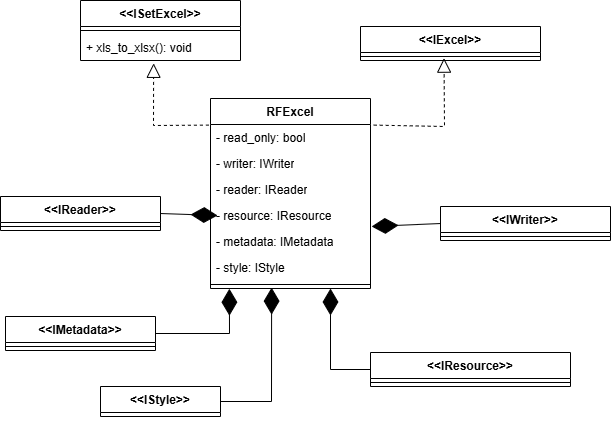
The draw.io diagram images/Core.png in boumasim/RFExcel, before a commit. Source tidied: cells renumbered, new cells last; positions are measured from the earlier drawing's top-left corner, leaving out a move shared by most shapes.
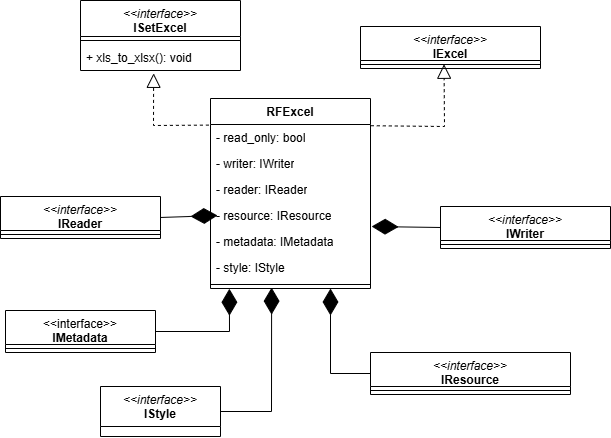
After the commit.

The edit, as a diff of the source:
```diff
@@ -2,20 +2,20 @@
   <root>
     <mxCell id="0" />
     <mxCell id="1" parent="0" />
-    <mxCell id="2" value="&amp;lt;&amp;lt;ISetExcel&amp;gt;&amp;gt;" style="swimlane;fontStyle=1;align=center;verticalAlign=top;horizontal=1;startSize=26;whiteSpace=wrap;html=1;" parent="1" vertex="1">
-      <mxGeometry x="80" width="160" height="60" as="geometry" />
+    <mxCell id="2" value="&lt;div&gt;&lt;span style=&quot;font-weight: normal;&quot;&gt;&lt;i&gt;&amp;lt;&amp;lt;interface&amp;gt;&amp;gt;&lt;/i&gt;&lt;/span&gt;&lt;/div&gt;ISetExcel" style="swimlane;fontStyle=1;align=center;verticalAlign=top;horizontal=1;startSize=36;whiteSpace=wrap;html=1;" parent="1" vertex="1">
+      <mxGeometry x="80" width="160" height="70" as="geometry" />
     </mxCell>
     <mxCell id="3" style="line;strokeWidth=1;fillColor=none;align=left;verticalAlign=middle;spacingTop=-1;spacingLeft=3;spacingRight=3;labelPosition=right;strokeColor=inherit;" parent="2" vertex="1">
-      <mxGeometry y="26" width="160" height="8" as="geometry" />
+      <mxGeometry y="36" width="160" height="8" as="geometry" />
     </mxCell>
     <mxCell id="4" value="+ xls_to_xlsx(): void" style="text;strokeColor=none;fillColor=none;align=left;verticalAlign=top;spacingLeft=4;spacingRight=4;overflow=hidden;points=[[0,0.5],[1,0.5]];portConstraint=eastwest;whiteSpace=wrap;html=1;" parent="2" vertex="1">
-      <mxGeometry y="34" width="160" height="26" as="geometry" />
+      <mxGeometry y="44" width="160" height="26" as="geometry" />
     </mxCell>
-    <mxCell id="5" value="&amp;lt;&amp;lt;IExcel&amp;gt;&amp;gt;" style="swimlane;fontStyle=1;align=center;verticalAlign=top;horizontal=1;startSize=26;whiteSpace=wrap;html=1;" parent="1" vertex="1">
-      <mxGeometry x="360" y="26" width="180" height="34" as="geometry" />
+    <mxCell id="5" value="&lt;span style=&quot;font-weight: normal;&quot;&gt;&lt;i&gt;&amp;lt;&amp;lt;interface&amp;gt;&amp;gt;&lt;/i&gt;&lt;/span&gt;&lt;div&gt;IExcel&lt;/div&gt;" style="swimlane;fontStyle=1;align=center;verticalAlign=top;horizontal=1;startSize=34;whiteSpace=wrap;html=1;" parent="1" vertex="1">
+      <mxGeometry x="360" y="26" width="180" height="42" as="geometry" />
     </mxCell>
     <mxCell id="6" style="line;strokeWidth=1;fillColor=none;align=left;verticalAlign=middle;spacingTop=-1;spacingLeft=3;spacingRight=3;labelPosition=right;points=[];portConstraint=eastwest;strokeColor=inherit;" parent="5" vertex="1">
-      <mxGeometry y="26" width="180" height="8" as="geometry" />
+      <mxGeometry y="34" width="180" height="8" as="geometry" />
     </mxCell>
     <mxCell id="7" value="RFExcel" style="swimlane;fontStyle=1;align=center;verticalAlign=top;horizontal=1;startSize=26;whiteSpace=wrap;html=1;" parent="1" vertex="1">
       <mxGeometry x="210" y="98" width="160" height="190" as="geometry" />
@@ -48,66 +48,66 @@
         </Array>
       </mxGeometry>
     </mxCell>
-    <mxCell id="16" style="endArrow=block;dashed=1;endFill=0;endSize=12;html=1;rounded=0;entryX=0.464;entryY=0.708;entryDx=0;entryDy=0;entryPerimeter=0;exitX=1.02;exitY=0.023;exitDx=0;exitDy=0;exitPerimeter=0;" parent="1" edge="1" source="8" target="6">
+    <mxCell id="16" style="endArrow=block;dashed=1;endFill=0;endSize=12;html=1;rounded=0;entryX=0.464;entryY=0.471;entryDx=0;entryDy=0;entryPerimeter=0;exitX=1.002;exitY=0.047;exitDx=0;exitDy=0;exitPerimeter=0;" parent="1" edge="1" source="8" target="6">
       <mxGeometry relative="1" as="geometry">
         <Array as="points">
           <mxPoint x="444" y="126" />
         </Array>
       </mxGeometry>
     </mxCell>
-    <mxCell id="17" value="&amp;lt;&amp;lt;IReader&amp;gt;&amp;gt;" style="swimlane;fontStyle=1;align=center;verticalAlign=top;horizontal=1;startSize=26;whiteSpace=wrap;html=1;" parent="1" vertex="1">
-      <mxGeometry y="196" width="160" height="34" as="geometry" />
+    <mxCell id="17" value="&lt;span style=&quot;font-weight: normal;&quot;&gt;&lt;i&gt;&amp;lt;&amp;lt;interface&amp;gt;&amp;gt;&lt;/i&gt;&lt;/span&gt;&lt;div&gt;IReader&lt;/div&gt;" style="swimlane;fontStyle=1;align=center;verticalAlign=top;horizontal=1;startSize=34;whiteSpace=wrap;html=1;" parent="1" vertex="1">
+      <mxGeometry y="196" width="160" height="42" as="geometry" />
     </mxCell>
     <mxCell id="18" style="line;strokeWidth=1;fillColor=none;align=left;verticalAlign=middle;spacingTop=-1;spacingLeft=3;spacingRight=3;labelPosition=right;strokeColor=inherit;" parent="17" vertex="1">
-      <mxGeometry y="26" width="160" height="8" as="geometry" />
+      <mxGeometry y="34" width="160" height="8" as="geometry" />
     </mxCell>
     <mxCell id="19" style="endArrow=diamondThin;endFill=1;endSize=24;html=1;rounded=0;exitX=1;exitY=0.5;exitDx=0;exitDy=0;exitPerimeter=0;" parent="1" edge="1" source="17">
       <mxGeometry relative="1" as="geometry">
         <mxPoint x="217" y="215" as="targetPoint" />
       </mxGeometry>
     </mxCell>
-    <mxCell id="20" value="&amp;lt;&amp;lt;IWriter&amp;gt;&amp;gt;" style="swimlane;fontStyle=1;align=center;verticalAlign=top;horizontal=1;startSize=26;whiteSpace=wrap;html=1;" parent="1" vertex="1">
-      <mxGeometry x="440" y="206" width="170" height="34" as="geometry" />
+    <mxCell id="20" value="&lt;span style=&quot;font-weight: normal;&quot;&gt;&lt;i&gt;&amp;lt;&amp;lt;interface&amp;gt;&amp;gt;&lt;/i&gt;&lt;/span&gt;&lt;div&gt;IWriter&lt;/div&gt;" style="swimlane;fontStyle=1;align=center;verticalAlign=top;horizontal=1;startSize=34;whiteSpace=wrap;html=1;" parent="1" vertex="1">
+      <mxGeometry x="440" y="206" width="170" height="42" as="geometry" />
     </mxCell>
     <mxCell id="21" style="line;strokeWidth=1;fillColor=none;align=left;verticalAlign=middle;spacingTop=-1;spacingLeft=3;spacingRight=3;labelPosition=right;strokeColor=inherit;" parent="20" vertex="1">
-      <mxGeometry y="26" width="170" height="8" as="geometry" />
+      <mxGeometry y="34" width="170" height="8" as="geometry" />
     </mxCell>
     <mxCell id="22" style="endArrow=diamondThin;endFill=1;endSize=24;html=1;rounded=0;entryX=1.007;entryY=0.923;entryDx=0;entryDy=0;exitX=0;exitY=0.5;exitDx=0;exitDy=0;entryPerimeter=0;" parent="1" edge="1" source="20" target="11">
       <mxGeometry relative="1" as="geometry" />
     </mxCell>
-    <mxCell id="23" value="&amp;lt;&amp;lt;IMetadata&amp;gt;&amp;gt;" style="swimlane;fontStyle=1;align=center;verticalAlign=top;horizontal=1;startSize=26;whiteSpace=wrap;html=1;" parent="1" vertex="1">
-      <mxGeometry x="5" y="316" width="150" height="34" as="geometry" />
+    <mxCell id="23" value="&lt;span style=&quot;font-weight: normal;&quot;&gt;&amp;lt;&amp;lt;interface&amp;gt;&amp;gt;&lt;/span&gt;&lt;div&gt;IMetadata&lt;/div&gt;" style="swimlane;fontStyle=1;align=center;verticalAlign=top;horizontal=1;startSize=34;whiteSpace=wrap;html=1;" parent="1" vertex="1">
+      <mxGeometry x="5" y="310" width="150" height="42" as="geometry" />
     </mxCell>
     <mxCell id="24" style="line;strokeWidth=1;fillColor=none;align=left;verticalAlign=middle;spacingTop=-1;spacingLeft=3;spacingRight=3;labelPosition=right;strokeColor=inherit;" parent="23" vertex="1">
-      <mxGeometry y="26" width="150" height="8" as="geometry" />
+      <mxGeometry y="34" width="150" height="8" as="geometry" />
     </mxCell>
     <mxCell id="25" style="endArrow=diamondThin;endFill=1;endSize=24;html=1;rounded=0;entryX=0.118;entryY=1.028;entryDx=0;entryDy=0;entryPerimeter=0;exitX=1;exitY=0.5;exitDx=0;exitDy=0;" parent="1" edge="1" source="23" target="14">
       <mxGeometry relative="1" as="geometry">
         <Array as="points">
-          <mxPoint x="229" y="333" />
+          <mxPoint x="229" y="331" />
         </Array>
       </mxGeometry>
     </mxCell>
-    <mxCell id="26" value="&amp;lt;&amp;lt;IStyle&amp;gt;&amp;gt;" style="swimlane;fontStyle=1;align=center;verticalAlign=top;horizontal=1;startSize=26;whiteSpace=wrap;html=1;" parent="1" vertex="1" collapsed="1">
-      <mxGeometry x="100" y="386" width="120" height="30" as="geometry" />
+    <mxCell id="26" value="&lt;i style=&quot;font-weight: normal;&quot;&gt;&amp;lt;&amp;lt;interface&amp;gt;&amp;gt;&lt;/i&gt;&lt;div&gt;IStyle&lt;/div&gt;" style="swimlane;fontStyle=1;align=center;verticalAlign=top;horizontal=1;startSize=40;whiteSpace=wrap;html=1;" parent="1" vertex="1" collapsed="1">
+      <mxGeometry x="100" y="386" width="120" height="50" as="geometry" />
     </mxCell>
     <mxCell id="27" style="endArrow=diamondThin;endFill=1;endSize=24;html=1;rounded=0;entryX=0.382;entryY=0.889;entryDx=0;entryDy=0;entryPerimeter=0;exitX=1;exitY=0.5;exitDx=0;exitDy=0;" parent="1" edge="1" source="26" target="14">
       <mxGeometry relative="1" as="geometry">
         <Array as="points">
-          <mxPoint x="271" y="401" />
+          <mxPoint x="271" y="411" />
         </Array>
       </mxGeometry>
     </mxCell>
-    <mxCell id="28" value="&amp;lt;&amp;lt;IResource&amp;gt;&amp;gt;" style="swimlane;fontStyle=1;align=center;verticalAlign=top;horizontal=1;startSize=26;whiteSpace=wrap;html=1;" parent="1" vertex="1">
-      <mxGeometry x="370" y="352" width="200" height="34" as="geometry" />
+    <mxCell id="28" value="&lt;span style=&quot;font-weight: normal;&quot;&gt;&lt;i&gt;&amp;lt;&amp;lt;interface&amp;gt;&amp;gt;&lt;/i&gt;&lt;/span&gt;&lt;div&gt;IResource&lt;/div&gt;" style="swimlane;fontStyle=1;align=center;verticalAlign=top;horizontal=1;startSize=34;whiteSpace=wrap;html=1;" parent="1" vertex="1">
+      <mxGeometry x="370" y="352" width="200" height="42" as="geometry" />
     </mxCell>
     <mxCell id="29" style="line;strokeWidth=1;fillColor=none;align=left;verticalAlign=middle;spacingTop=-1;spacingLeft=3;spacingRight=3;labelPosition=right;strokeColor=inherit;" parent="28" vertex="1">
-      <mxGeometry y="26" width="200" height="8" as="geometry" />
+      <mxGeometry y="34" width="200" height="8" as="geometry" />
     </mxCell>
     <mxCell id="30" style="endArrow=diamondThin;endFill=1;endSize=24;html=1;rounded=0;exitX=0;exitY=0.5;exitDx=0;exitDy=0;entryX=0.75;entryY=1;entryDx=0;entryDy=0;" parent="1" edge="1" source="28" target="7">
       <mxGeometry relative="1" as="geometry">
         <Array as="points">
-          <mxPoint x="330" y="369" />
+          <mxPoint x="330" y="373" />
         </Array>
       </mxGeometry>
     </mxCell>
```
